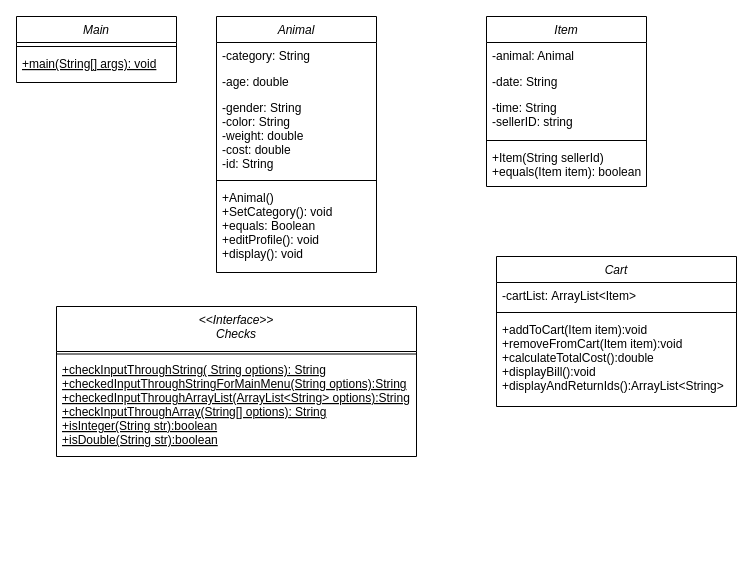
Before: Diagram/ Analys_reflektion.drawio in GitoPot/Analys_reflektion, a draw.io diagram. Source tidied: cells renumbered, new cells numbered last; positions are measured from the earlier drawing's top-left corner, leaving out a move shared by most shapes. Both pictures are drawn from the tidied source at 100%, with x=0, y=0 at pixel (16, 16).
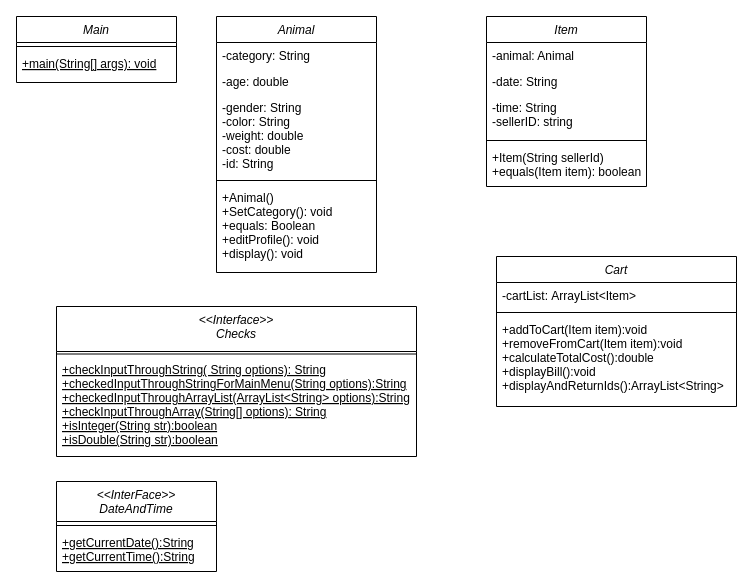
Above is the later version.

Diff of the diagram source:
```diff
@@
+    <mxCell id="24" value="&lt;&lt;InterFace&gt;&gt;&#10;DateAndTime" style="swimlane;fontStyle=2;align=center;verticalAlign=top;horizontal=1;startSize=40;rounded=0;shadow=0;strokeWidth=1;" parent="1" vertex="1">
+      <mxGeometry x="40" y="465" width="160" height="90" as="geometry" />
+    </mxCell>
+    <mxCell id="25" style="line;html=1;strokeWidth=1;align=left;verticalAlign=middle;spacingTop=-1;spacingLeft=3;spacingRight=3;labelPosition=right;" parent="24" vertex="1">
+      <mxGeometry y="40" width="160" height="8" as="geometry" />
+    </mxCell>
+    <mxCell id="26" value="+getCurrentDate():String&#10;+getCurrentTime():String" style="text;align=left;verticalAlign=top;spacingLeft=4;spacingRight=4;overflow=hidden;fontStyle=4;" parent="24" vertex="1">
+      <mxGeometry y="48" width="160" height="42" as="geometry" />
+    </mxCell>
```
